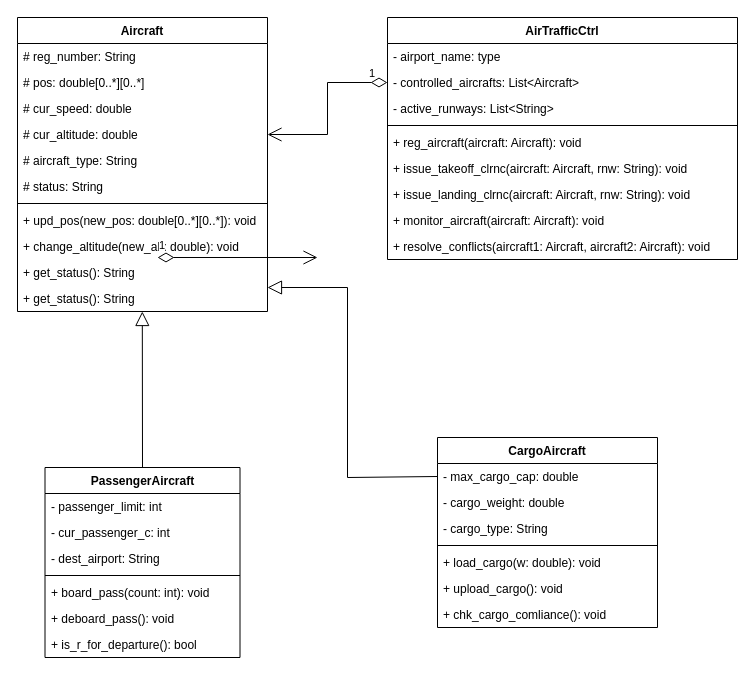
AntonHvost/senla_cources keeps this draw.io diagram as task-2/3/aircraft.drawio. Above is the earlier version. Source tidied: cells renumbered, new cells numbered last; positions are measured from the earlier drawing's top-left corner, leaving out a move shared by most shapes. Both pictures are drawn from the tidied source at 100%, with x=0, y=0 at pixel (17, 17).
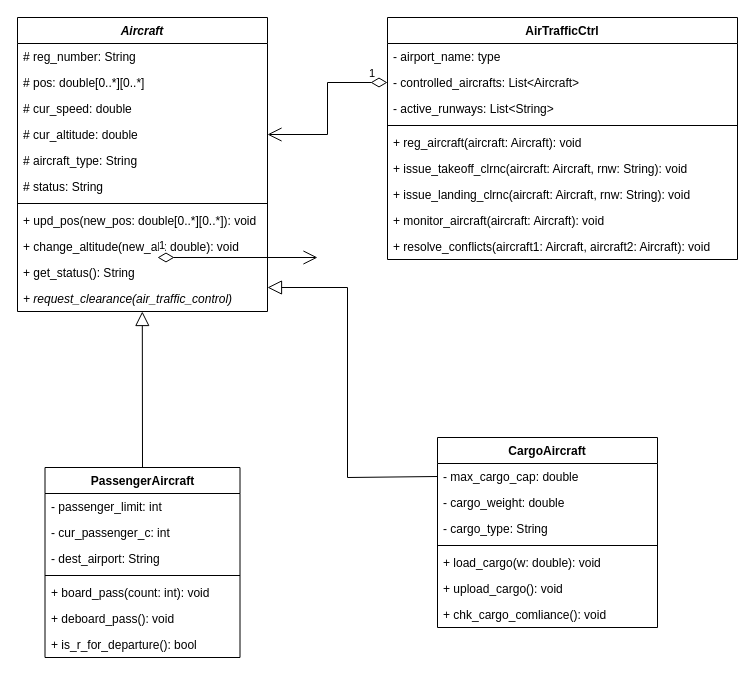
After the change.

Commit message (it also covers changes not shown here):
Fixing mistakes in UML-diagrams.

What changed in the source:
```diff
@@
-    <mxCell id="4" value="Aircraft" style="swimlane;fontStyle=1;align=center;verticalAlign=top;horizontal=1;startSize=26;whiteSpace=wrap;html=1;" parent="1" vertex="1">
+    <mxCell id="4" value="&lt;i&gt;Aircraft&lt;/i&gt;" style="swimlane;fontStyle=1;align=center;verticalAlign=top;horizontal=1;startSize=26;whiteSpace=wrap;html=1;" parent="1" vertex="1">
       <mxGeometry width="250" height="294" as="geometry" />
     </mxCell>
@@
-    <mxCell id="15" value="+ get_status(): String" style="text;strokeColor=none;fillColor=none;align=left;verticalAlign=top;spacingLeft=4;spacingRight=4;overflow=hidden;whiteSpace=wrap;html=1;" parent="4" vertex="1">
+    <mxCell id="15" value="&lt;i&gt;+ request_clearance(air_traffic_control)&lt;/i&gt;" style="text;strokeColor=none;fillColor=none;align=left;verticalAlign=top;spacingLeft=4;spacingRight=4;overflow=hidden;whiteSpace=wrap;html=1;" parent="4" vertex="1">
       <mxGeometry y="268" width="250" height="26" as="geometry" />
     </mxCell>
```
